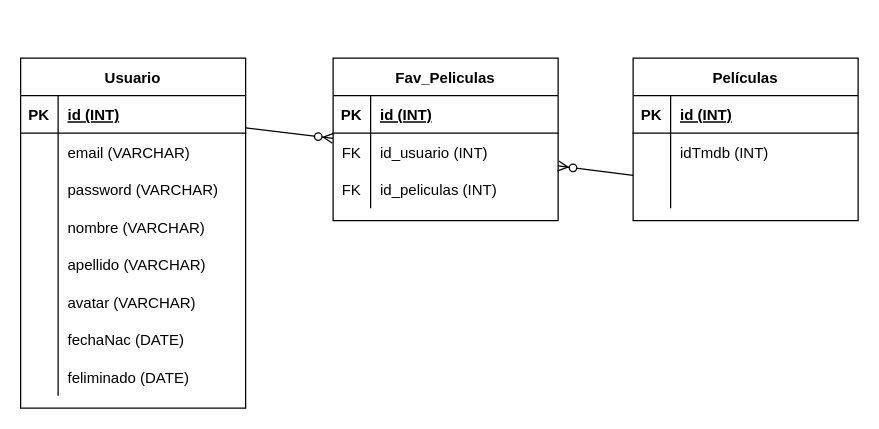
Above: db.drawio in eudemonologia/Teatralidad-laravel (draw.io), before the change. Source tidied: cells renumbered, new cells numbered last; positions are measured from the earlier drawing's top-left corner, leaving out a move shared by most shapes. Both pictures are drawn from the tidied source at 125%, with x=0, y=0 at pixel (20, 58).
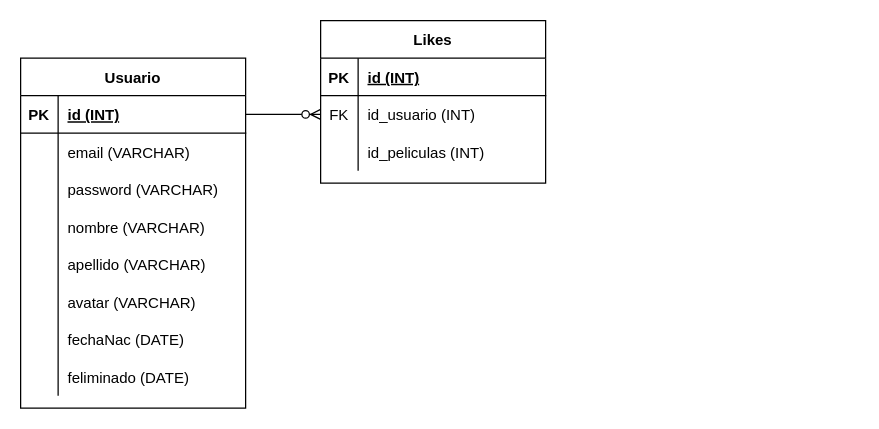
The same page after the edit.

The change refers to these unchanged cells:
```xml
<mxCell id="41" style="shape=partialRectangle;fillColor=none;top=0;left=0;bottom=0;right=0;points=[[0,0.5],[1,0.5]];portConstraint=eastwest;" parent="37" vertex="1">
  <mxGeometry y="60" width="180" height="30" as="geometry" />
</mxCell>
<mxCell id="44" style="shape=partialRectangle;fillColor=none;top=0;left=0;bottom=0;right=0;" parent="37" vertex="1">
  <mxGeometry y="90" width="180" height="30" as="geometry" />
</mxCell>
```

Diff of the diagram source:
```diff
@@
-    <mxCell id="27" value="Películas" style="shape=table;startSize=30;childLayout=tableLayout;rowLines=0;fontStyle=1;align=center;" parent="1" vertex="1">
-      <mxGeometry x="490" width="180" height="130" as="geometry" />
-    </mxCell>
-    <mxCell id="28" style="shape=partialRectangle;fillColor=none;top=0;left=0;bottom=1;right=0;" parent="27" vertex="1">
-      <mxGeometry y="30" width="180" height="30" as="geometry" />
-    </mxCell>
-    <mxCell id="29" value="PK" style="shape=partialRectangle;fillColor=none;top=0;left=0;bottom=0;right=0;fontStyle=1;overflow=hidden;" parent="28" vertex="1">
-      <mxGeometry width="30" height="30" as="geometry" />
-    </mxCell>
-    <mxCell id="30" value="id (INT)" style="shape=partialRectangle;fillColor=none;top=0;left=0;bottom=0;right=0;align=left;spacingLeft=6;fontStyle=5;overflow=hidden;" parent="28" vertex="1">
-      <mxGeometry x="30" width="150" height="30" as="geometry" />
-    </mxCell>
-    <mxCell id="31" style="shape=partialRectangle;fillColor=none;top=0;left=0;bottom=0;right=0;" parent="27" vertex="1">
-      <mxGeometry y="60" width="180" height="30" as="geometry" />
-    </mxCell>
-    <mxCell id="32" style="shape=partialRectangle;fillColor=none;top=0;left=0;bottom=0;right=0;overflow=hidden;" parent="31" vertex="1">
-      <mxGeometry width="30" height="30" as="geometry" />
-    </mxCell>
-    <mxCell id="33" value="idTmdb (INT)" style="shape=partialRectangle;fillColor=none;top=0;left=0;bottom=0;right=0;align=left;spacingLeft=6;overflow=hidden;" parent="31" vertex="1">
-      <mxGeometry x="30" width="150" height="30" as="geometry" />
-    </mxCell>
-    <mxCell id="34" style="shape=partialRectangle;fillColor=none;top=0;left=0;bottom=0;right=0;points=[[0,0.5],[1,0.5]];portConstraint=eastwest;" parent="27" vertex="1">
-      <mxGeometry y="90" width="180" height="30" as="geometry" />
-    </mxCell>
-    <mxCell id="35" style="shape=partialRectangle;fillColor=none;top=0;left=0;bottom=0;right=0;overflow=hidden;" parent="34" vertex="1">
-      <mxGeometry width="30" height="30" as="geometry" />
-    </mxCell>
-    <mxCell id="36" style="shape=partialRectangle;fillColor=none;top=0;left=0;bottom=0;right=0;align=left;spacingLeft=6;overflow=hidden;" parent="34" vertex="1">
-      <mxGeometry x="30" width="150" height="30" as="geometry" />
-    </mxCell>
-    <mxCell id="37" value="Fav_Peliculas" style="shape=table;startSize=30;childLayout=tableLayout;rowLines=0;fontStyle=1;align=center;" parent="1" vertex="1">
-      <mxGeometry x="250" width="180" height="130" as="geometry" />
+    <mxCell id="37" value="Likes" style="shape=table;startSize=30;childLayout=tableLayout;rowLines=0;fontStyle=1;align=center;" parent="1" vertex="1">
+      <mxGeometry x="240" y="-30" width="180" height="130" as="geometry" />
     </mxCell>
@@
-    <mxCell id="45" value="FK" style="shape=partialRectangle;fillColor=none;top=0;left=0;bottom=0;right=0;overflow=hidden;" parent="44" vertex="1">
+    <mxCell id="45" style="shape=partialRectangle;fillColor=none;top=0;left=0;bottom=0;right=0;overflow=hidden;" parent="44" vertex="1">
       <mxGeometry width="30" height="30" as="geometry" />
     </mxCell>
@@
-    <mxCell id="48" style="edgeStyle=none;html=1;endArrow=none;endFill=0;startArrow=ERzeroToMany;startFill=1;" parent="1" edge="1" source="41" target="34">
-      <mxGeometry relative="1" as="geometry" />
-    </mxCell>
```
